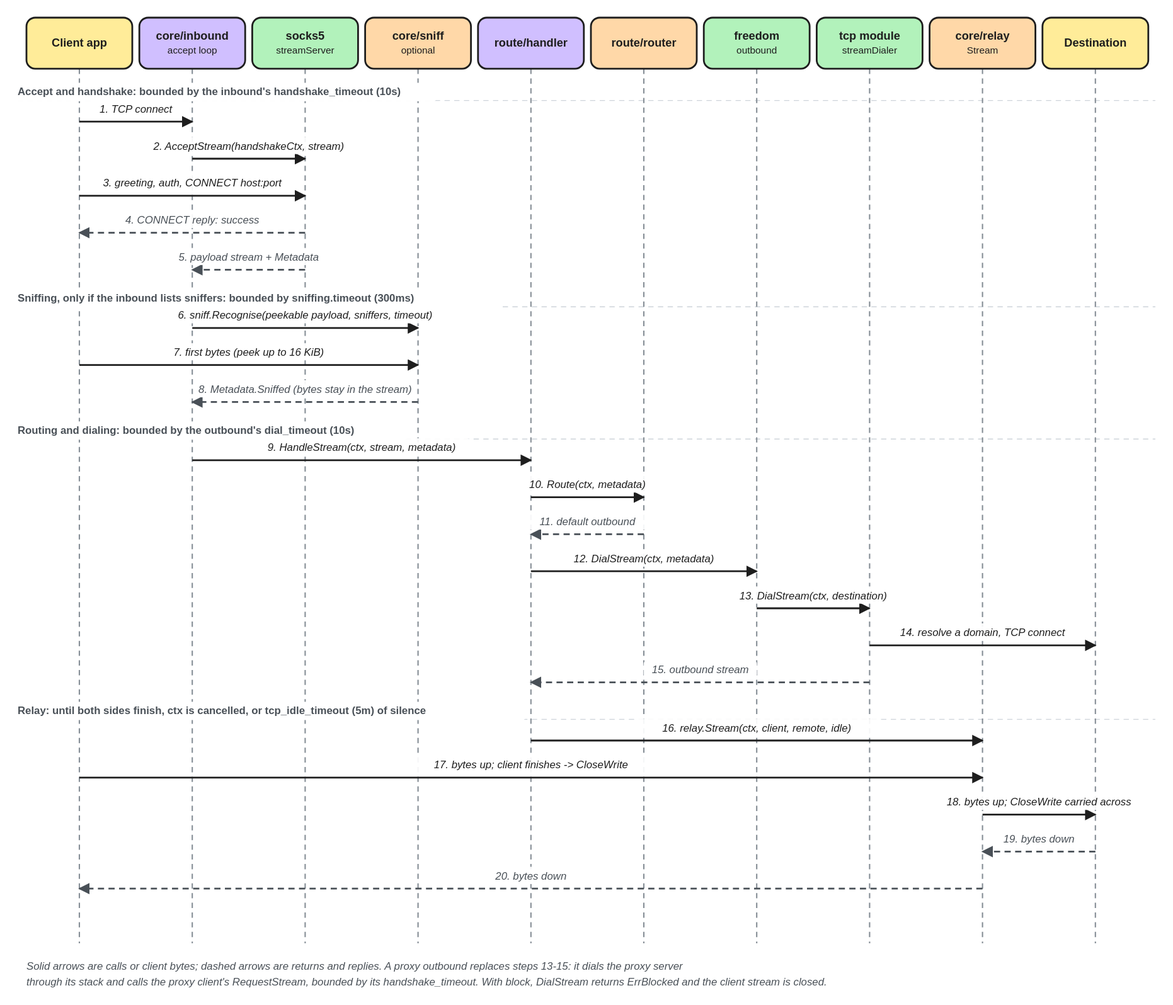
Above: docs/assets/diagrams/tcp-lifecycle.excalidraw.svg in we-apranik/apranik (Excalidraw), before the change. Source tidied: one line per element, renumbered; positions are measured from the earlier drawing's top-left corner, leaving out a move shared by most shapes.
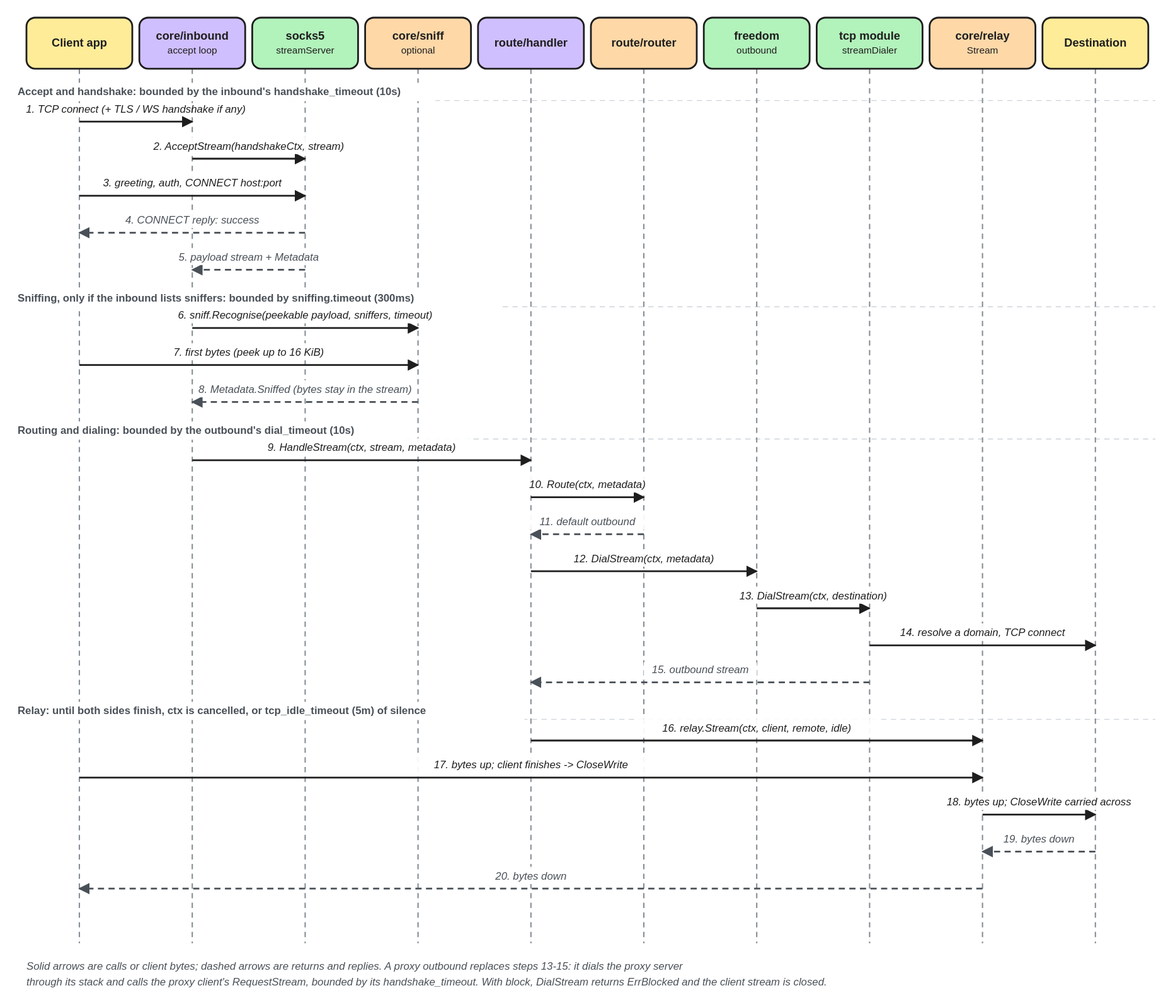
After the commit.

Change to the diagram source:
```diff
@@ -33,7 +33,7 @@
 {"id": 32, "type": "rectangle", "strokeColor": "#1e1e1e", "backgroundColor": "#ffec99", "fillStyle": "solid", "strokeWidth": 2, "roughness": 0, "round": true, "x": 1162, "y": 0, "width": 120, "height": 58}
 {"id": 33, "type": "text", "text": "Destination", "strokeColor": "#1e1e1e", "strokeWidth": 2, "roughness": 0, "fontSize": 13, "fontFamily": 2, "textAlign": "center", "verticalAlign": "middle", "inside": 32, "x": 1162, "y": 0, "width": 120, "height": 16}
 {"id": 34, "type": "arrow", "strokeColor": "#1e1e1e", "strokeWidth": 2, "roughness": 0, "endArrowhead": "arrow", "x": 70, "y": 118, "width": 128, "height": 0, "points": [[0, 0], [128, 0]]}
-{"id": 35, "type": "text", "text": "1. TCP connect", "strokeColor": "#1e1e1e", "strokeWidth": 2, "roughness": 0, "fontSize": 12, "fontFamily": 2, "textAlign": "center", "verticalAlign": "middle", "x": 85, "y": 95, "width": 97, "height": 15}
+{"id": 35, "type": "text", "text": "1. TCP connect (+ TLS / WS handshake if any)", "strokeColor": "#1e1e1e", "strokeWidth": 2, "roughness": 0, "fontSize": 12, "fontFamily": 2, "textAlign": "center", "verticalAlign": "middle", "x": 85, "y": 95, "width": 97, "height": 15}
 {"id": 36, "type": "arrow", "strokeColor": "#1e1e1e", "strokeWidth": 2, "roughness": 0, "endArrowhead": "arrow", "x": 198, "y": 160, "width": 128, "height": 0, "points": [[0, 0], [128, 0]]}
 {"id": 37, "type": "text", "text": "2. AcceptStream(handshakeCtx, stream)", "strokeColor": "#1e1e1e", "strokeWidth": 2, "roughness": 0, "fontSize": 12, "fontFamily": 2, "textAlign": "center", "verticalAlign": "middle", "x": 142, "y": 137, "width": 241, "height": 15}
 {"id": 38, "type": "arrow", "strokeColor": "#1e1e1e", "strokeWidth": 2, "roughness": 0, "endArrowhead": "arrow", "x": 70, "y": 202, "width": 256, "height": 0, "points": [[0, 0], [256, 0]]}
```
